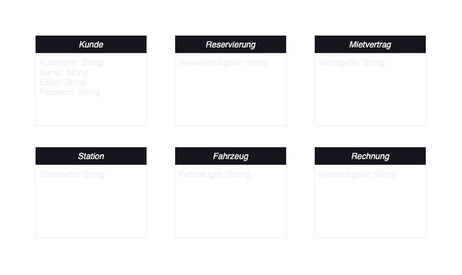
This is diagrams/Klassendiagramm/Klassendiagramm.drawio.png from Lenni528/UMLions, a draw.io export, as it was before one commit. Source tidied: cells renumbered, new cells last; positions are measured from the earlier drawing's top-left corner, leaving out a move shared by most shapes.
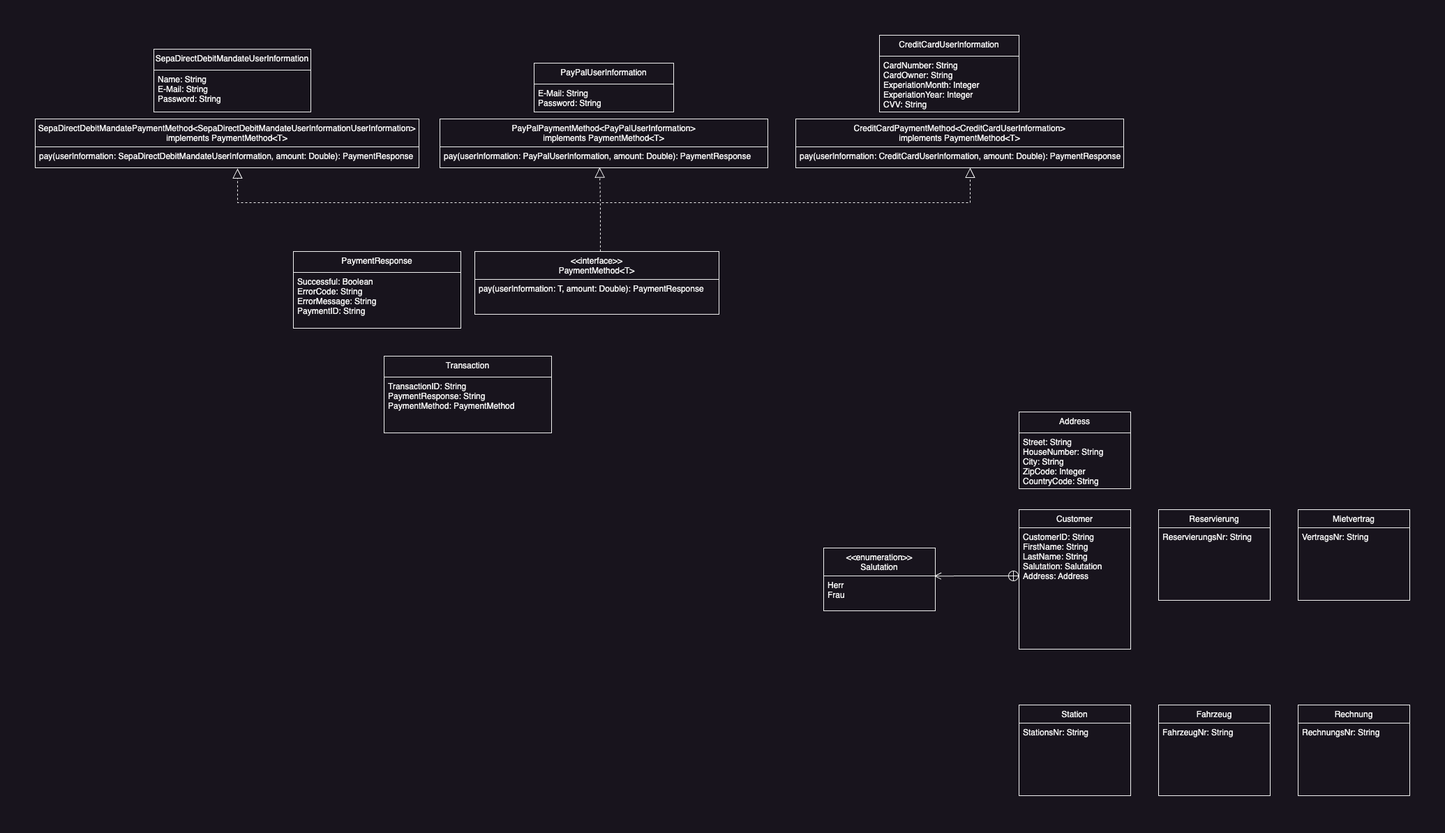
The same diagram one commit later.

Change to the diagram source:
```diff
@@ -2,41 +2,141 @@
   <root>
     <mxCell id="0" />
     <mxCell id="1" parent="0" />
-    <mxCell id="2" value="Kunde" style="swimlane;fontStyle=2;align=center;verticalAlign=top;horizontal=1;startSize=26;rounded=0;shadow=0;strokeWidth=1;" parent="1" vertex="1">
-      <mxGeometry width="160" height="130" as="geometry" />
+    <mxCell id="2" value="Customer" style="swimlane;fontStyle=0;align=center;verticalAlign=top;horizontal=1;startSize=26;rounded=0;shadow=0;strokeWidth=1;" parent="1" vertex="1">
+      <mxGeometry width="160" height="200" as="geometry" />
     </mxCell>
-    <mxCell id="3" value="KundenNr: String&#10;Name: String&#10;EMail: String&#10;Passwort: String" style="text;align=left;verticalAlign=top;spacingLeft=4;spacingRight=4;overflow=hidden;" parent="2" vertex="1">
-      <mxGeometry y="26" width="160" height="104" as="geometry" />
+    <mxCell id="3" value="CustomerID: String&#10;FirstName: String&#10;LastName: String&#10;Salutation: Salutation&#10;Address: Address" style="text;align=left;verticalAlign=top;spacingLeft=4;spacingRight=4;overflow=hidden;" parent="2" vertex="1">
+      <mxGeometry y="26" width="160" height="170" as="geometry" />
     </mxCell>
-    <mxCell id="4" value="Reservierung" style="swimlane;fontStyle=2;align=center;verticalAlign=top;horizontal=1;startSize=26;rounded=0;shadow=0;strokeWidth=1;" parent="1" vertex="1">
+    <mxCell id="4" value="Reservierung" style="swimlane;fontStyle=0;align=center;verticalAlign=top;horizontal=1;startSize=26;rounded=0;shadow=0;strokeWidth=1;" parent="1" vertex="1">
       <mxGeometry x="200" width="160" height="130" as="geometry" />
     </mxCell>
     <mxCell id="5" value="ReservierungsNr: String&#10;" style="text;align=left;verticalAlign=top;spacingLeft=4;spacingRight=4;overflow=hidden;" parent="4" vertex="1">
       <mxGeometry y="26" width="160" height="104" as="geometry" />
     </mxCell>
-    <mxCell id="6" value="Station" style="swimlane;fontStyle=2;align=center;verticalAlign=top;horizontal=1;startSize=26;rounded=0;shadow=0;strokeWidth=1;" parent="1" vertex="1">
-      <mxGeometry y="160" width="160" height="130" as="geometry" />
+    <mxCell id="6" value="Station" style="swimlane;fontStyle=0;align=center;verticalAlign=top;horizontal=1;startSize=26;rounded=0;shadow=0;strokeWidth=1;" parent="1" vertex="1">
+      <mxGeometry y="280" width="160" height="130" as="geometry" />
     </mxCell>
     <mxCell id="7" value="StationsNr: String" style="text;align=left;verticalAlign=top;spacingLeft=4;spacingRight=4;overflow=hidden;" parent="6" vertex="1">
       <mxGeometry y="26" width="160" height="104" as="geometry" />
     </mxCell>
-    <mxCell id="8" value="Fahrzeug" style="swimlane;fontStyle=2;align=center;verticalAlign=top;horizontal=1;startSize=26;rounded=0;shadow=0;strokeWidth=1;" parent="1" vertex="1">
-      <mxGeometry x="200" y="160" width="160" height="130" as="geometry" />
+    <mxCell id="8" value="Fahrzeug" style="swimlane;fontStyle=0;align=center;verticalAlign=top;horizontal=1;startSize=26;rounded=0;shadow=0;strokeWidth=1;" parent="1" vertex="1">
+      <mxGeometry x="200" y="280" width="160" height="130" as="geometry" />
     </mxCell>
     <mxCell id="9" value="FahrzeugNr: String" style="text;align=left;verticalAlign=top;spacingLeft=4;spacingRight=4;overflow=hidden;" parent="8" vertex="1">
       <mxGeometry y="26" width="160" height="104" as="geometry" />
     </mxCell>
-    <mxCell id="10" value="Mietvertrag" style="swimlane;fontStyle=2;align=center;verticalAlign=top;horizontal=1;startSize=26;rounded=0;shadow=0;strokeWidth=1;" parent="1" vertex="1">
+    <mxCell id="10" value="Mietvertrag" style="swimlane;fontStyle=0;align=center;verticalAlign=top;horizontal=1;startSize=26;rounded=0;shadow=0;strokeWidth=1;" parent="1" vertex="1">
       <mxGeometry x="400" width="160" height="130" as="geometry" />
     </mxCell>
     <mxCell id="11" value="VertragsNr: String" style="text;align=left;verticalAlign=top;spacingLeft=4;spacingRight=4;overflow=hidden;" parent="10" vertex="1">
       <mxGeometry y="26" width="160" height="104" as="geometry" />
     </mxCell>
-    <mxCell id="12" value="Rechnung" style="swimlane;fontStyle=2;align=center;verticalAlign=top;horizontal=1;startSize=26;rounded=0;shadow=0;strokeWidth=1;" parent="1" vertex="1">
-      <mxGeometry x="400" y="160" width="160" height="130" as="geometry" />
+    <mxCell id="12" value="Rechnung" style="swimlane;fontStyle=0;align=center;verticalAlign=top;horizontal=1;startSize=26;rounded=0;shadow=0;strokeWidth=1;" parent="1" vertex="1">
+      <mxGeometry x="400" y="280" width="160" height="130" as="geometry" />
     </mxCell>
     <mxCell id="13" value="RechnungsNr: String" style="text;align=left;verticalAlign=top;spacingLeft=4;spacingRight=4;overflow=hidden;" parent="12" vertex="1">
       <mxGeometry y="26" width="160" height="104" as="geometry" />
     </mxCell>
+    <mxCell id="14" value="&lt;&lt;enumeration&gt;&gt;&#10;Salutation" style="swimlane;fontStyle=0;align=center;verticalAlign=top;horizontal=1;startSize=40;rounded=0;shadow=0;strokeWidth=1;" parent="1" vertex="1">
+      <mxGeometry x="-280" y="55" width="160" height="90" as="geometry" />
+    </mxCell>
+    <mxCell id="15" value="Herr&#10;Frau" style="text;align=left;verticalAlign=top;spacingLeft=4;spacingRight=4;overflow=hidden;points=[[0,0.5],[1,0.5]];portConstraint=eastwest;" parent="14" vertex="1">
+      <mxGeometry y="40" width="160" height="40" as="geometry" />
+    </mxCell>
+    <mxCell id="16" style="endArrow=open;startArrow=circlePlus;endFill=0;startFill=0;endSize=8;html=1;rounded=0;entryX=0.99;entryY=0.004;entryDx=0;entryDy=0;entryPerimeter=0;" parent="1" edge="1" target="15">
+      <mxGeometry relative="1" as="geometry">
+        <mxPoint y="95" as="sourcePoint" />
+      </mxGeometry>
+    </mxCell>
+    <mxCell id="17" value="Address" style="swimlane;fontStyle=0;align=center;verticalAlign=top;horizontal=1;startSize=30;rounded=0;shadow=0;strokeWidth=1;" parent="1" vertex="1">
+      <mxGeometry y="-140" width="160" height="110" as="geometry" />
+    </mxCell>
+    <mxCell id="18" value="Street: String&#10;HouseNumber: String&#10;City: String&#10;ZipCode: Integer&#10;CountryCode: String" style="text;align=left;verticalAlign=top;spacingLeft=4;spacingRight=4;overflow=hidden;" parent="17" vertex="1">
+      <mxGeometry y="30" width="160" height="80" as="geometry" />
+    </mxCell>
+    <mxCell id="19" value="&lt;&lt;interface&gt;&gt;&#10;PaymentMethod&lt;T&gt;" style="swimlane;fontStyle=0;align=center;verticalAlign=top;horizontal=1;startSize=40;rounded=0;shadow=0;strokeWidth=1;" parent="1" vertex="1">
+      <mxGeometry x="-780" y="-370" width="350" height="90" as="geometry" />
+    </mxCell>
+    <mxCell id="20" value="pay(userInformation: T, amount: Double): PaymentResponse&#10;" style="text;align=left;verticalAlign=top;spacingLeft=4;spacingRight=4;overflow=hidden;" parent="19" vertex="1">
+      <mxGeometry y="40" width="350" height="50" as="geometry" />
+    </mxCell>
+    <mxCell id="21" value="Transaction" style="swimlane;fontStyle=0;align=center;verticalAlign=top;horizontal=1;startSize=30;rounded=0;shadow=0;strokeWidth=1;" parent="1" vertex="1">
+      <mxGeometry x="-910" y="-220" width="240" height="110" as="geometry" />
+    </mxCell>
+    <mxCell id="22" value="TransactionID: String&#10;PaymentResponse: String&#10;PaymentMethod: PaymentMethod" style="text;align=left;verticalAlign=top;spacingLeft=4;spacingRight=4;overflow=hidden;" parent="21" vertex="1">
+      <mxGeometry y="30" width="240" height="80" as="geometry" />
+    </mxCell>
+    <mxCell id="23" value="PaymentResponse" style="swimlane;fontStyle=0;align=center;verticalAlign=top;horizontal=1;startSize=30;rounded=0;shadow=0;strokeWidth=1;" parent="1" vertex="1">
+      <mxGeometry x="-1040" y="-370" width="240" height="110" as="geometry" />
+    </mxCell>
+    <mxCell id="24" value="Successful: Boolean&#10;ErrorCode: String&#10;ErrorMessage: String&#10;PaymentID: String" style="text;align=left;verticalAlign=top;spacingLeft=4;spacingRight=4;overflow=hidden;" parent="23" vertex="1">
+      <mxGeometry y="30" width="240" height="80" as="geometry" />
+    </mxCell>
+    <mxCell id="25" value="CreditCardPaymentMethod&lt;CreditCardUserInformation&gt;&#10;implements PaymentMethod&lt;T&gt;" style="swimlane;fontStyle=0;align=center;verticalAlign=top;horizontal=1;startSize=40;rounded=0;shadow=0;strokeWidth=1;" parent="1" vertex="1">
+      <mxGeometry x="-320" y="-560" width="470" height="70" as="geometry" />
+    </mxCell>
+    <mxCell id="26" value="pay(userInformation: CreditCardUserInformation, amount: Double): PaymentResponse&#10;" style="text;align=left;verticalAlign=top;spacingLeft=4;spacingRight=4;overflow=hidden;" parent="25" vertex="1">
+      <mxGeometry y="40" width="470" height="30" as="geometry" />
+    </mxCell>
+    <mxCell id="27" value="CreditCardUserInformation" style="swimlane;fontStyle=0;align=center;verticalAlign=top;horizontal=1;startSize=30;rounded=0;shadow=0;strokeWidth=1;" parent="1" vertex="1">
+      <mxGeometry x="-200" y="-680" width="200" height="110" as="geometry" />
+    </mxCell>
+    <mxCell id="28" value="CardNumber: String&#10;CardOwner: String&#10;ExperiationMonth: Integer&#10;ExperiationYear: Integer&#10;CVV: String" style="text;align=left;verticalAlign=top;spacingLeft=4;spacingRight=4;overflow=hidden;" parent="27" vertex="1">
+      <mxGeometry y="30" width="200" height="80" as="geometry" />
+    </mxCell>
+    <mxCell id="29" value="PayPalPaymentMethod&lt;PayPalUserInformation&gt;&#10;implements PaymentMethod&lt;T&gt;" style="swimlane;fontStyle=0;align=center;verticalAlign=top;horizontal=1;startSize=40;rounded=0;shadow=0;strokeWidth=1;" parent="1" vertex="1">
+      <mxGeometry x="-830" y="-560" width="470" height="70" as="geometry" />
+    </mxCell>
+    <mxCell id="30" value="pay(userInformation: PayPalUserInformation, amount: Double): PaymentResponse&#10;" style="text;align=left;verticalAlign=top;spacingLeft=4;spacingRight=4;overflow=hidden;points=[[0,0.5],[1,0.5]];portConstraint=eastwest;" parent="29" vertex="1">
+      <mxGeometry y="40" width="470" height="30" as="geometry" />
+    </mxCell>
+    <mxCell id="31" value="PayPalUserInformation" style="swimlane;fontStyle=0;align=center;verticalAlign=top;horizontal=1;startSize=30;rounded=0;shadow=0;strokeWidth=1;" parent="1" vertex="1">
+      <mxGeometry x="-695" y="-640" width="200" height="70" as="geometry" />
+    </mxCell>
+    <mxCell id="32" value="E-Mail: String&#10;Password: String" style="text;align=left;verticalAlign=top;spacingLeft=4;spacingRight=4;overflow=hidden;" parent="31" vertex="1">
+      <mxGeometry y="30" width="200" height="40" as="geometry" />
+    </mxCell>
+    <mxCell id="33" value="SepaDirectDebitMandatePaymentMethod&lt;SepaDirectDebitMandateUserInformationUserInformation&gt;&#10;implements PaymentMethod&lt;T&gt;" style="swimlane;fontStyle=0;align=center;verticalAlign=top;horizontal=1;startSize=40;rounded=0;shadow=0;strokeWidth=1;" parent="1" vertex="1">
+      <mxGeometry x="-1410" y="-560" width="550" height="70" as="geometry" />
+    </mxCell>
+    <mxCell id="34" value="pay(userInformation: SepaDirectDebitMandateUserInformation, amount: Double): PaymentResponse&#10;" style="text;align=left;verticalAlign=top;spacingLeft=4;spacingRight=4;overflow=hidden;" parent="33" vertex="1">
+      <mxGeometry y="40" width="550" height="30" as="geometry" />
+    </mxCell>
+    <mxCell id="35" value="SepaDirectDebitMandateUserInformation" style="swimlane;fontStyle=0;align=center;verticalAlign=top;horizontal=1;startSize=30;rounded=0;shadow=0;strokeWidth=1;" parent="1" vertex="1">
+      <mxGeometry x="-1240" y="-660" width="225" height="90" as="geometry" />
+    </mxCell>
+    <mxCell id="36" value="Name: String&#10;E-Mail: String&#10;Password: String" style="text;align=left;verticalAlign=top;spacingLeft=4;spacingRight=4;overflow=hidden;" parent="35" vertex="1">
+      <mxGeometry y="30" width="225" height="60" as="geometry" />
+    </mxCell>
+    <mxCell id="37" style="endArrow=block;dashed=1;endFill=0;endSize=12;html=1;rounded=0;" parent="1" edge="1">
+      <mxGeometry relative="1" as="geometry">
+        <mxPoint x="-600" y="-370" as="sourcePoint" />
+        <mxPoint x="-70" y="-490" as="targetPoint" />
+        <Array as="points">
+          <mxPoint x="-600" y="-440" />
+          <mxPoint x="-145" y="-440" />
+          <mxPoint x="-70" y="-440" />
+        </Array>
+      </mxGeometry>
+    </mxCell>
+    <mxCell id="38" style="endArrow=block;dashed=1;endFill=0;endSize=12;html=1;rounded=0;entryX=0.487;entryY=0.988;entryDx=0;entryDy=0;entryPerimeter=0;" parent="1" edge="1" target="30">
+      <mxGeometry relative="1" as="geometry">
+        <mxPoint x="-600" y="-370" as="sourcePoint" />
+        <Array as="points">
+          <mxPoint x="-600" y="-440" />
+        </Array>
+      </mxGeometry>
+    </mxCell>
+    <mxCell id="39" style="endArrow=block;dashed=1;endFill=0;endSize=12;html=1;rounded=0;" parent="1" edge="1">
+      <mxGeometry relative="1" as="geometry">
+        <mxPoint x="-600" y="-370" as="sourcePoint" />
+        <mxPoint x="-1120" y="-489" as="targetPoint" />
+        <Array as="points">
+          <mxPoint x="-600" y="-440" />
+          <mxPoint x="-1120" y="-440" />
+        </Array>
+      </mxGeometry>
+    </mxCell>
   </root>
 </mxGraphModel>
```
